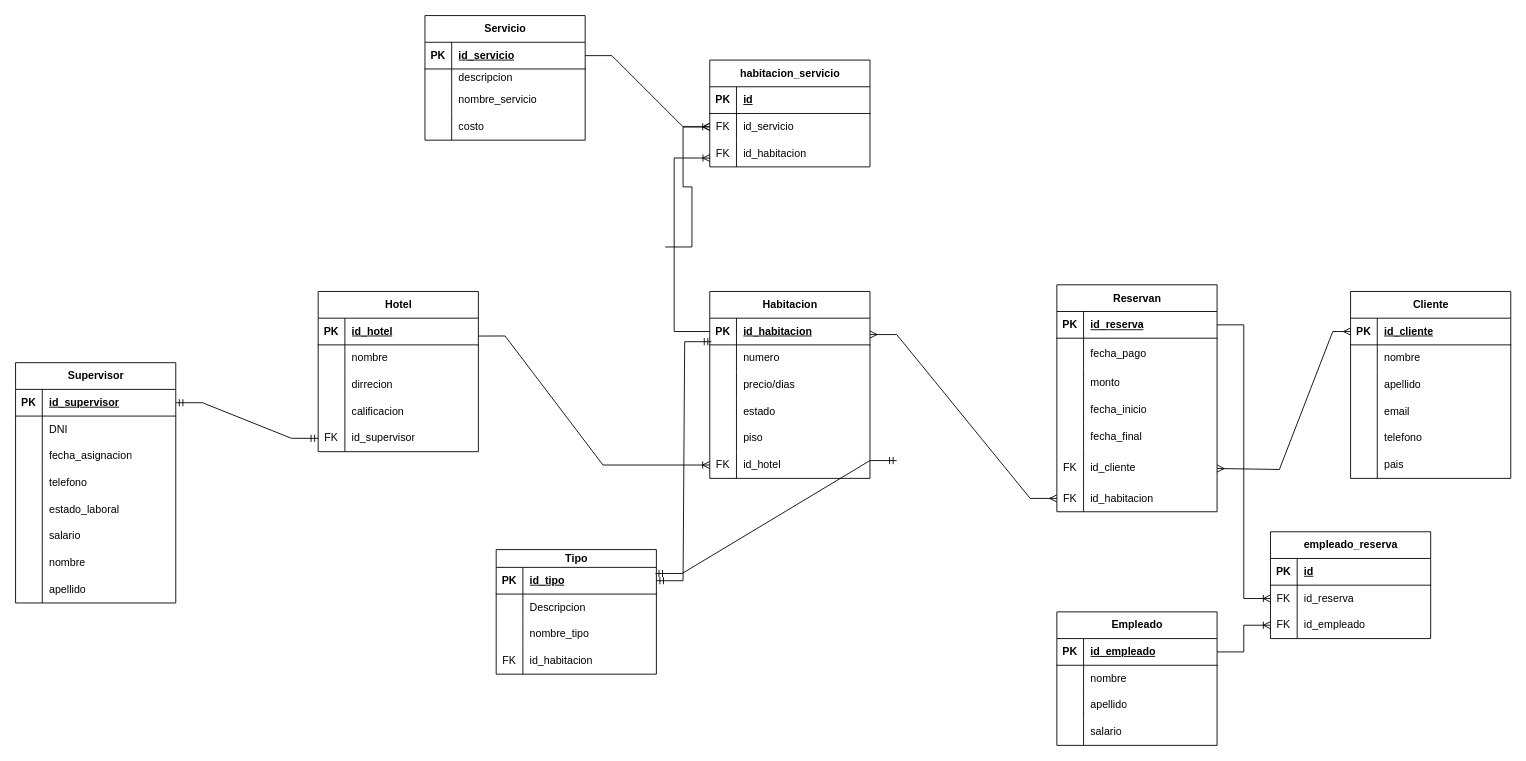
Crove7/BaseDeDatos keeps this draw.io diagram as page "Modelo Relacional" (2 of 2) of Diagramas E Imagenes/DER.drawio. Above is the earlier version. Source tidied: cells renumbered, new cells numbered last; positions are measured from the earlier drawing's top-left corner, leaving out a move shared by most shapes. Both pictures are drawn from the tidied source at 89%, with x=0, y=0 at pixel (15, 15).
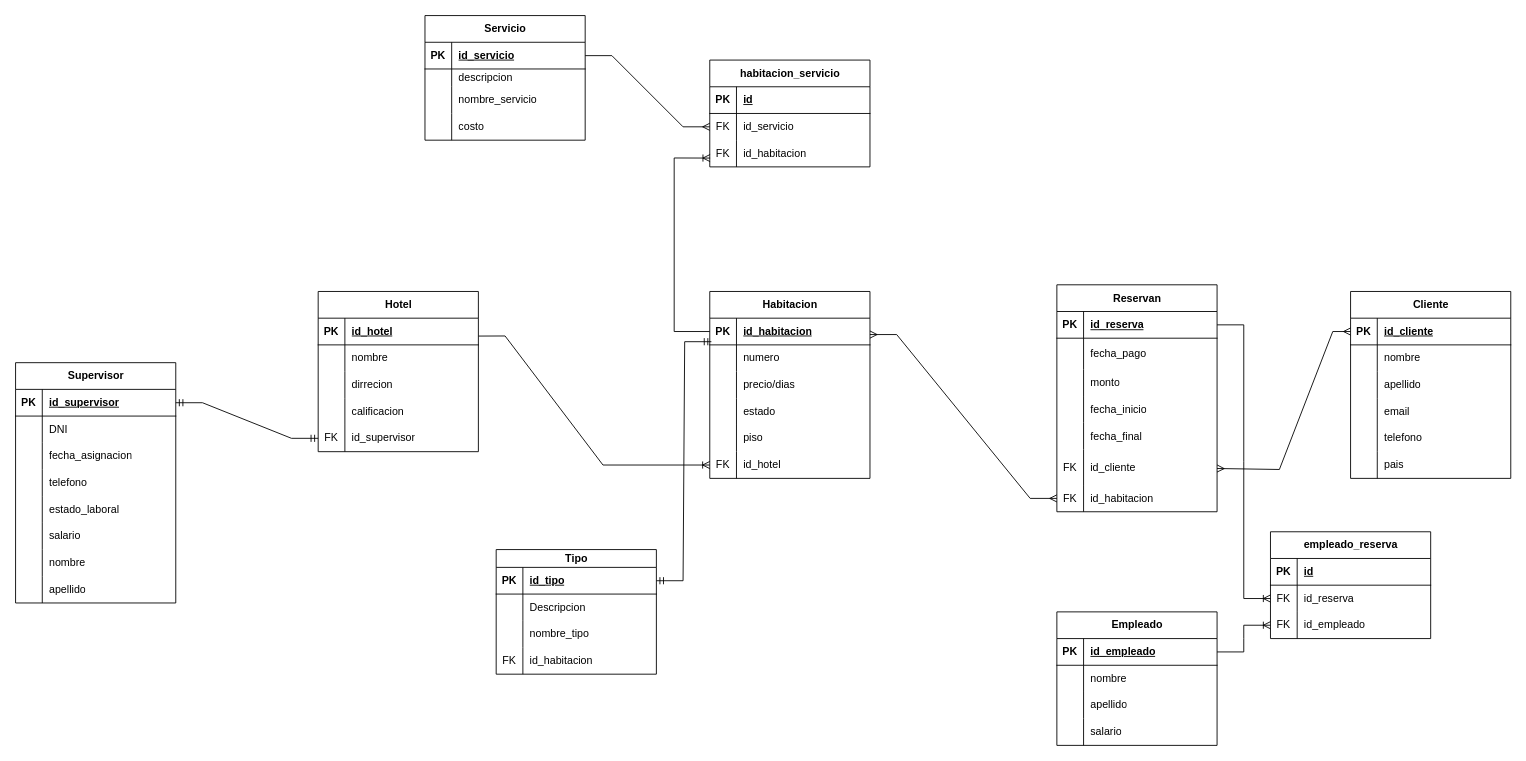
The same diagram, later.

The change refers to these unchanged cells:
```xml
<mxCell id="135" style="shape=tableRow;horizontal=0;startSize=0;swimlaneHead=0;swimlaneBody=0;fillColor=none;points=[[0,0.5],[1,0.5]];portConstraint=eastwest;top=0;left=0;right=0;bottom=0;" parent="131" vertex="1">
  <mxGeometry y="60" width="180" height="30" as="geometry" />
</mxCell>
<mxCell id="146" value="Tipo" style="shape=table;startSize=20;childLayout=tableLayout;rowLines=0;fontStyle=1;align=center;html=1;" parent="1" vertex="1">
  <mxGeometry x="540" y="600" width="180" height="140" as="geometry" />
</mxCell>
```

The edit, as a diff of the source:
```diff
@@
-    <mxCell id="144" style="edgeStyle=entityRelationEdgeStyle;fontSize=12;html=1;endArrow=ERoneToMany;rounded=0;exitX=1;exitY=0.5;exitDx=0;exitDy=0;entryX=0;entryY=0.5;entryDx=0;entryDy=0;" parent="1" edge="1" target="135">
-      <mxGeometry relative="1" as="geometry">
-        <mxPoint x="730" y="260" as="sourcePoint" />
-      </mxGeometry>
-    </mxCell>
@@
-    <mxCell id="159" style="edgeStyle=entityRelationEdgeStyle;fontSize=12;html=1;endArrow=ERmandOne;startArrow=ERmandOne;rounded=0;exitX=0.994;exitY=0.192;exitDx=0;exitDy=0;exitPerimeter=0;" parent="1" edge="1" source="146">
-      <mxGeometry relative="1" as="geometry">
-        <mxPoint x="990" y="500" as="targetPoint" />
-      </mxGeometry>
-    </mxCell>
```
